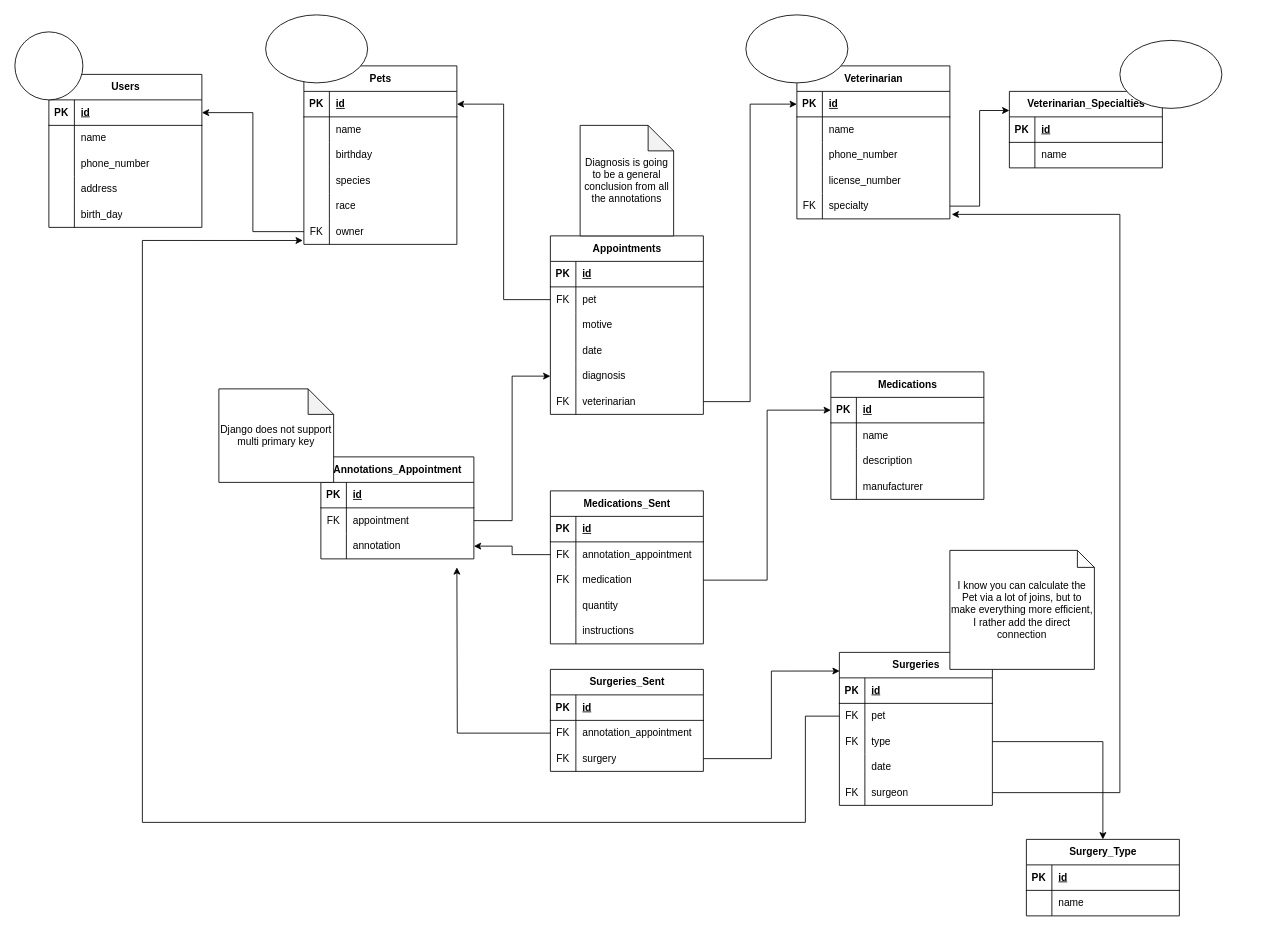
Before: DB_diagram.drawio in Laughcheeta1/VeterinaryPythonPracticalCourse, a draw.io diagram. Source tidied: cells renumbered, new cells numbered last; positions are measured from the earlier drawing's top-left corner, leaving out a move shared by most shapes. Both pictures are drawn from the tidied source at 85%, with x=0, y=0 at pixel (14, 14).
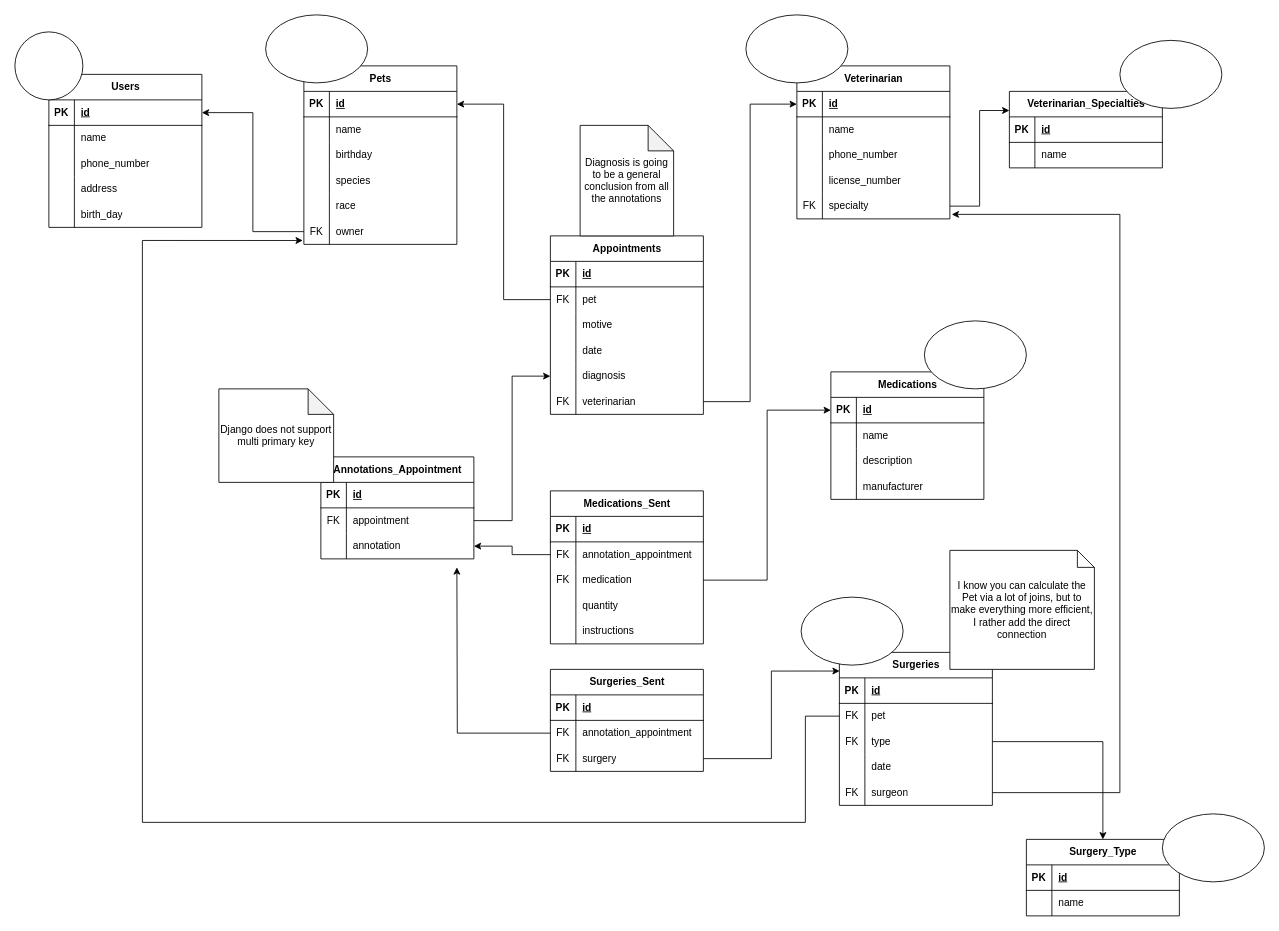
Above is the later version.

The edit, as a diff of the source:
```diff
@@
+    <mxCell id="170" style="ellipse;whiteSpace=wrap;html=1;" parent="1" vertex="1">
+      <mxGeometry x="1070" y="360" width="120" height="80" as="geometry" />
+    </mxCell>
+    <mxCell id="171" style="ellipse;whiteSpace=wrap;html=1;" parent="1" vertex="1">
+      <mxGeometry x="925" y="685" width="120" height="80" as="geometry" />
+    </mxCell>
+    <mxCell id="172" style="ellipse;whiteSpace=wrap;html=1;" parent="1" vertex="1">
+      <mxGeometry x="1350" y="940" width="120" height="80" as="geometry" />
+    </mxCell>
```
